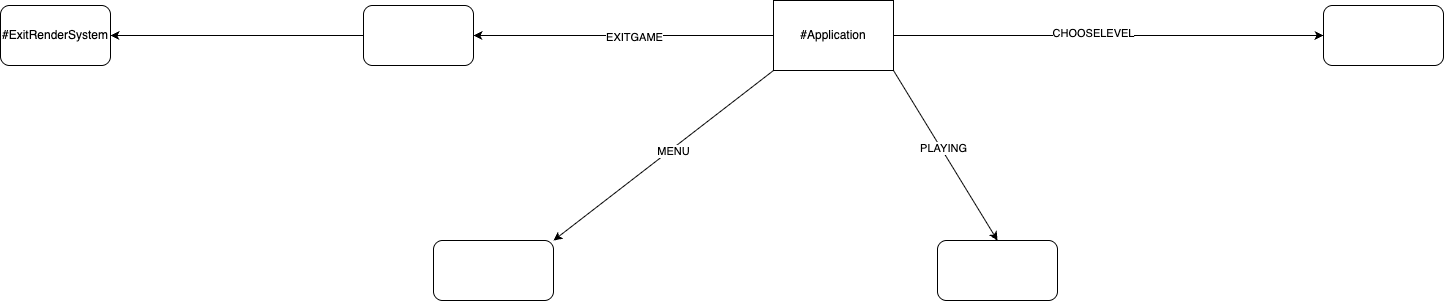
Before: Game.drawio.png, a diagram exported from draw.io (Jeremy-Perras/42_Game_Training). Source tidied: cells renumbered, new cells last; positions are measured from the earlier drawing's top-left corner, leaving out a move shared by most shapes.
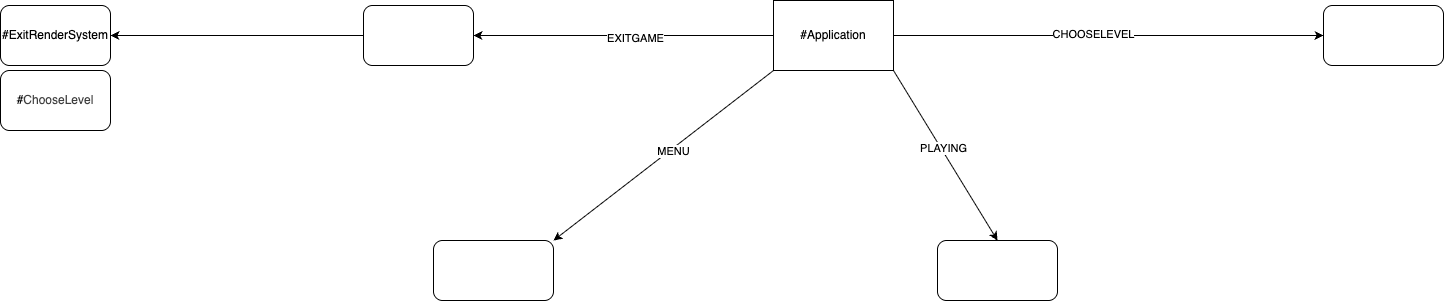
Above is the later version.

The edit, as a diff of the source:
```diff
@@ -49,5 +49,8 @@
     <mxCell id="16" value="#ExitRenderSystem" style="rounded=1;whiteSpace=wrap;html=1;" parent="1" vertex="1">
       <mxGeometry y="5" width="110" height="60" as="geometry" />
     </mxCell>
+    <mxCell id="17" value="&lt;div&gt;#&lt;span style=&quot;color: rgb(63, 63, 63); background-color: transparent;&quot;&gt;ChooseLevel&lt;/span&gt;&lt;/div&gt;" style="rounded=1;whiteSpace=wrap;html=1;" parent="1" vertex="1">
+      <mxGeometry y="70" width="110" height="60" as="geometry" />
+    </mxCell>
   </root>
 </mxGraphModel>
```
